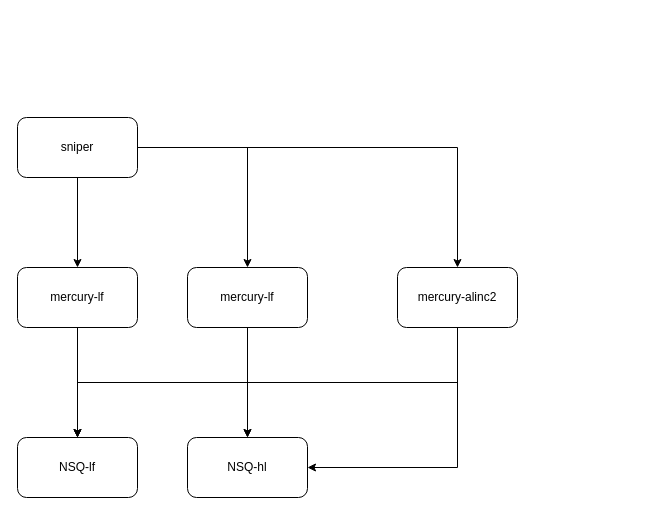
Before: async-cross-region.drawio in carlonelong/pics, a draw.io diagram. Source tidied: cells renumbered, new cells numbered last; positions are measured from the earlier drawing's top-left corner, leaving out a move shared by most shapes. Both pictures are drawn from the tidied source at 100%, with x=0, y=0 at pixel (17, 117).
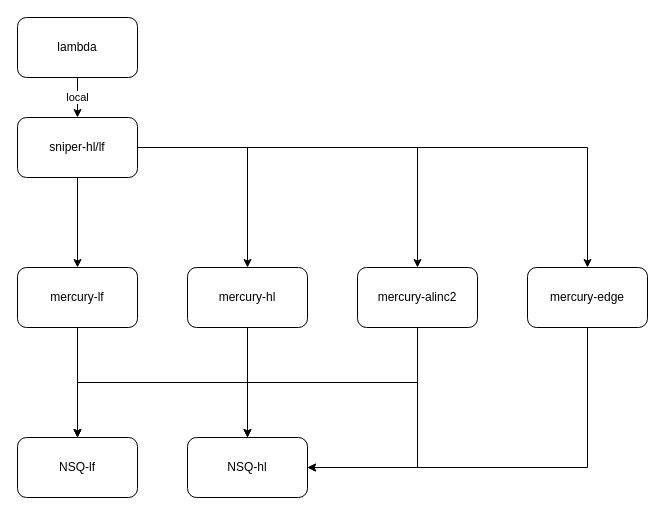
After the change.

Unchanged cells that the change refers to:
```xml
<mxCell id="16" value="NSQ-hl" style="rounded=1;whiteSpace=wrap;html=1;" parent="1" vertex="1">
  <mxGeometry x="170" y="320" width="120" height="60" as="geometry" />
</mxCell>
```

The edit, as a diff of the source:
```diff
@@
+    <mxCell id="17" style="edgeStyle=orthogonalEdgeStyle;rounded=0;jettySize=auto;html=1;exitX=1;exitY=0.5;exitDx=0;exitDy=0;entryX=0.5;entryY=0;entryDx=0;entryDy=0;" parent="1" edge="1" source="5" target="21">
+      <mxGeometry relative="1" as="geometry" />
+    </mxCell>
-    <mxCell id="5" value="sniper" style="rounded=1;whiteSpace=wrap;html=1;" parent="1" vertex="1">
+    <mxCell id="5" value="sniper-hl/lf" style="rounded=1;whiteSpace=wrap;html=1;" parent="1" vertex="1">
       <mxGeometry width="120" height="60" as="geometry" />
     </mxCell>
@@
-    <mxCell id="11" value="mercury-lf" style="rounded=1;whiteSpace=wrap;html=1;" parent="1" vertex="1">
+    <mxCell id="11" value="mercury-hl" style="rounded=1;whiteSpace=wrap;html=1;" parent="1" vertex="1">
       <mxGeometry x="170" y="150" width="120" height="60" as="geometry" />
     </mxCell>
@@
     <mxCell id="14" value="mercury-alinc2" style="rounded=1;whiteSpace=wrap;html=1;" parent="1" vertex="1">
-      <mxGeometry x="380" y="150" width="120" height="60" as="geometry" />
+      <mxGeometry x="340" y="150" width="120" height="60" as="geometry" />
     </mxCell>
@@
+    <mxCell id="18" value="local" style="edgeStyle=orthogonalEdgeStyle;rounded=0;jettySize=auto;html=1;exitX=0.5;exitY=1;exitDx=0;exitDy=0;entryX=0.5;entryY=0;entryDx=0;entryDy=0;" parent="1" edge="1" source="19" target="5">
+      <mxGeometry relative="1" as="geometry" />
+    </mxCell>
+    <mxCell id="19" value="lambda" style="rounded=1;whiteSpace=wrap;html=1;" parent="1" vertex="1">
+      <mxGeometry y="-100" width="120" height="60" as="geometry" />
+    </mxCell>
+    <mxCell id="20" style="edgeStyle=orthogonalEdgeStyle;rounded=0;jettySize=auto;html=1;exitX=0.5;exitY=1;exitDx=0;exitDy=0;entryX=1;entryY=0.5;entryDx=0;entryDy=0;" parent="1" edge="1" source="21" target="16">
+      <mxGeometry relative="1" as="geometry" />
+    </mxCell>
+    <mxCell id="21" value="mercury-edge" style="rounded=1;whiteSpace=wrap;html=1;" parent="1" vertex="1">
+      <mxGeometry x="510" y="150" width="120" height="60" as="geometry" />
+    </mxCell>
```
